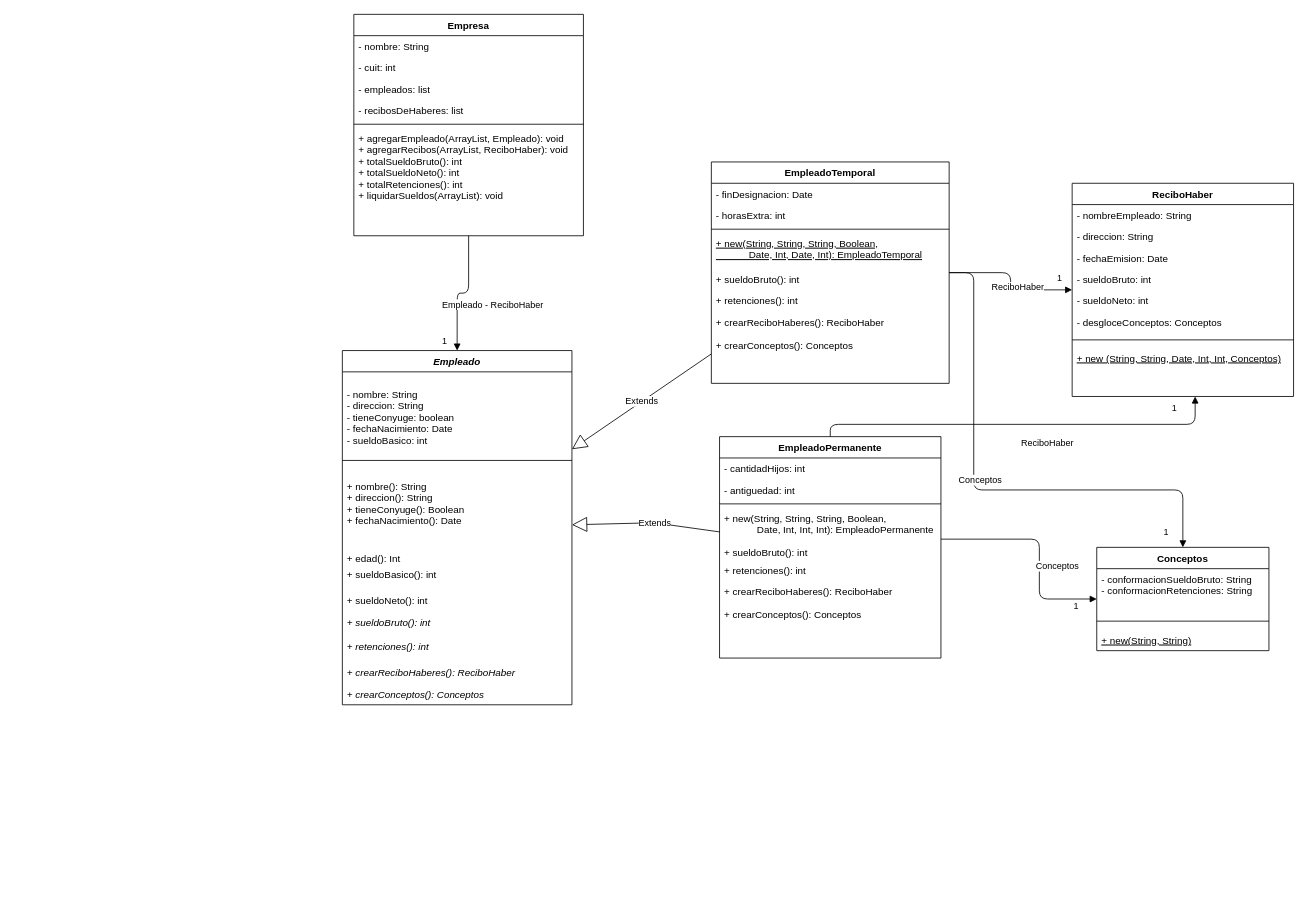
The draw.io diagram 2-TP-UML/TP-02-EmpleadosExtendido.drawio in CundariNicolas/unqui-poo2-cundari, before the edit. Source tidied: cells renumbered, new cells numbered last; positions are measured from the earlier drawing's top-left corner, leaving out a move shared by most shapes. Both pictures are drawn from the tidied source at 82%, with x=0, y=0 at pixel (342, 14).
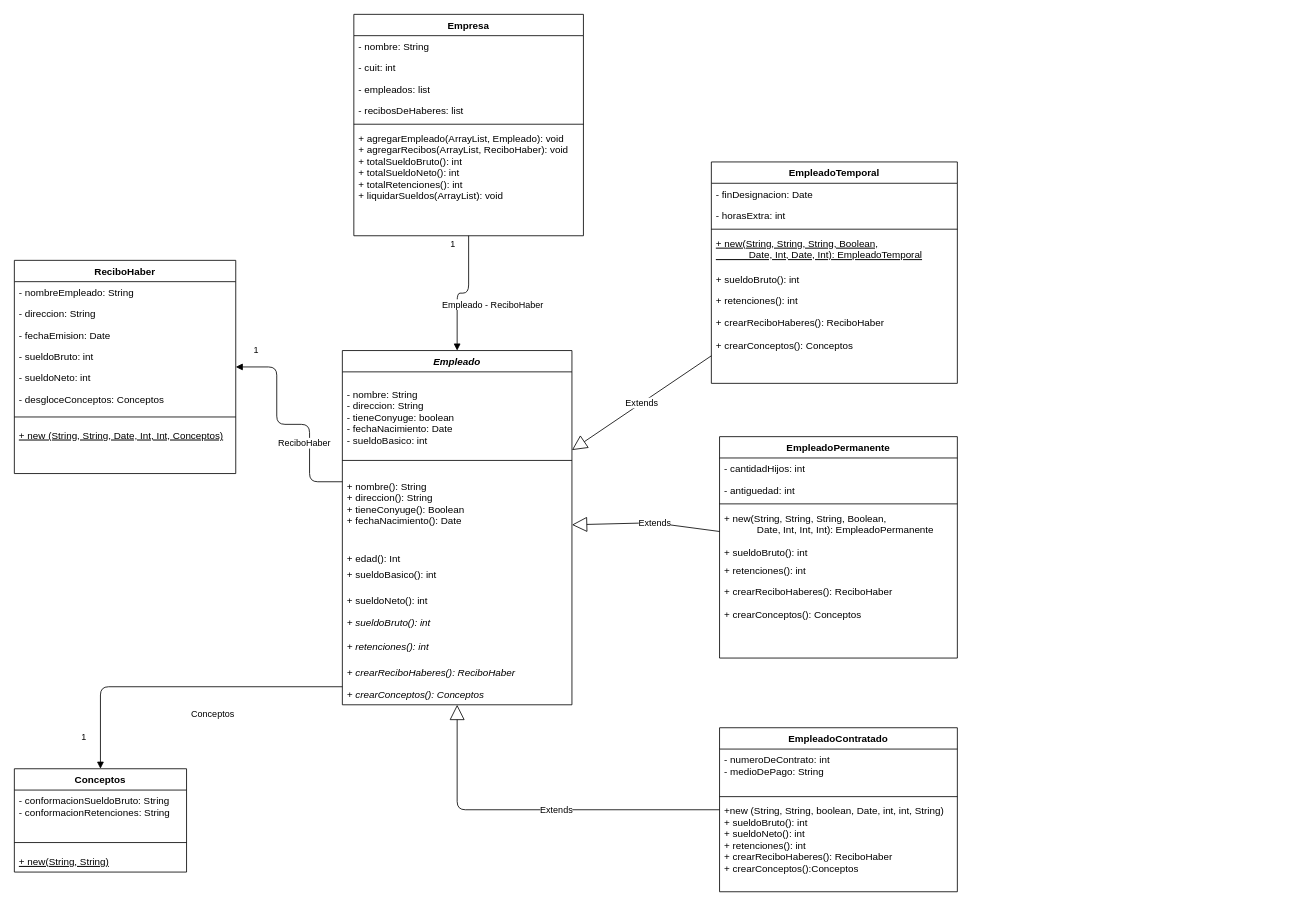
The same page after the edit.

Unchanged cells that the change refers to:
```xml
<mxCell id="9" value="Empleado" style="swimlane;fontStyle=3;align=center;verticalAlign=top;horizontal=1;startSize=26;" parent="1" vertex="1">
  <mxGeometry y="410" width="280" height="432" as="geometry" />
</mxCell>
<mxCell id="37" value="Empleado - ReciboHaber" style="endArrow=block;endFill=1;html=1;edgeStyle=orthogonalEdgeStyle;align=left;verticalAlign=top;" parent="1" edge="1" source="2" target="9">
  <mxGeometry x="0.11" y="-20" relative="1" as="geometry" />
</mxCell>
```

The edit, as a diff of the source:
```diff
@@
     <mxCell id="20" value="EmpleadoPermanente" style="swimlane;fontStyle=1;align=center;verticalAlign=top;horizontal=1;startSize=26;" parent="1" vertex="1">
-      <mxGeometry x="460" y="515" width="270" height="270" as="geometry" />
+      <mxGeometry x="460" y="515" width="290" height="270" as="geometry" />
     </mxCell>
     <mxCell id="21" value="- cantidadHijos: int" style="text;strokeColor=none;fillColor=none;align=left;verticalAlign=top;spacingLeft=4;spacingRight=4;overflow=hidden;" parent="20" vertex="1">
-      <mxGeometry y="26" width="270" height="26" as="geometry" />
+      <mxGeometry y="26" width="290" height="26" as="geometry" />
     </mxCell>
     <mxCell id="22" value="- antiguedad: int" style="text;strokeColor=none;fillColor=none;align=left;verticalAlign=top;spacingLeft=4;spacingRight=4;overflow=hidden;" parent="20" vertex="1">
-      <mxGeometry y="52" width="270" height="26" as="geometry" />
+      <mxGeometry y="52" width="290" height="26" as="geometry" />
     </mxCell>
     <mxCell id="23" style="line;strokeWidth=1;fillColor=none;align=left;verticalAlign=middle;spacingTop=-1;spacingLeft=3;spacingRight=3;labelPosition=right;" parent="20" vertex="1">
-      <mxGeometry y="78" width="270" height="8" as="geometry" />
+      <mxGeometry y="78" width="290" height="8" as="geometry" />
     </mxCell>
     <mxCell id="24" value="+ new(String, String, String, Boolean,&#10;            Date, Int, Int, Int): EmpleadoPermanente&#10;&#10;+ sueldoBruto(): int" style="text;strokeColor=none;align=left;verticalAlign=top;spacingLeft=4;spacingRight=4;overflow=hidden;labelBorderColor=none;labelBackgroundColor=none;sketch=0;glass=0;rounded=0;fontStyle=0;" parent="20" vertex="1">
-      <mxGeometry y="86" width="270" height="64" as="geometry" />
+      <mxGeometry y="86" width="290" height="64" as="geometry" />
     </mxCell>
     <mxCell id="25" value="+ retenciones(): int" style="text;strokeColor=none;fillColor=none;align=left;verticalAlign=top;spacingLeft=4;spacingRight=4;overflow=hidden;" parent="20" vertex="1">
-      <mxGeometry y="150" width="270" height="26" as="geometry" />
+      <mxGeometry y="150" width="290" height="26" as="geometry" />
     </mxCell>
     <mxCell id="26" value="+ crearReciboHaberes(): ReciboHaber&#10;&#10;+ crearConceptos(): Conceptos" style="text;strokeColor=none;fillColor=none;align=left;verticalAlign=top;spacingLeft=4;spacingRight=4;overflow=hidden;fontStyle=0;" parent="20" vertex="1">
-      <mxGeometry y="176" width="270" height="94" as="geometry" />
+      <mxGeometry y="176" width="290" height="94" as="geometry" />
     </mxCell>
     <mxCell id="27" value="EmpleadoTemporal" style="swimlane;fontStyle=1;align=center;verticalAlign=top;horizontal=1;startSize=26;" parent="1" vertex="1">
-      <mxGeometry x="450" y="180" width="290" height="270" as="geometry" />
+      <mxGeometry x="450" y="180" width="300" height="270" as="geometry" />
     </mxCell>
     <mxCell id="28" value="- finDesignacion: Date" style="text;strokeColor=none;fillColor=none;align=left;verticalAlign=top;spacingLeft=4;spacingRight=4;overflow=hidden;" parent="27" vertex="1">
-      <mxGeometry y="26" width="290" height="26" as="geometry" />
+      <mxGeometry y="26" width="300" height="26" as="geometry" />
     </mxCell>
     <mxCell id="29" value="- horasExtra: int" style="text;strokeColor=none;fillColor=none;align=left;verticalAlign=top;spacingLeft=4;spacingRight=4;overflow=hidden;" parent="27" vertex="1">
-      <mxGeometry y="52" width="290" height="26" as="geometry" />
+      <mxGeometry y="52" width="300" height="26" as="geometry" />
     </mxCell>
     <mxCell id="30" style="line;strokeWidth=1;fillColor=none;align=left;verticalAlign=middle;spacingTop=-1;spacingLeft=3;spacingRight=3;labelPosition=right;" parent="27" vertex="1">
-      <mxGeometry y="78" width="290" height="8" as="geometry" />
+      <mxGeometry y="78" width="300" height="8" as="geometry" />
     </mxCell>
     <mxCell id="31" value="+ new(String, String, String, Boolean,&#10;            Date, Int, Date, Int): EmpleadoTemporal" style="text;strokeColor=none;fillColor=none;align=left;verticalAlign=top;spacingLeft=4;spacingRight=4;overflow=hidden;fontStyle=4;" parent="27" vertex="1">
-      <mxGeometry y="86" width="290" height="44" as="geometry" />
+      <mxGeometry y="86" width="300" height="44" as="geometry" />
     </mxCell>
     <mxCell id="32" value="+ sueldoBruto(): int" style="text;strokeColor=none;fillColor=none;align=left;verticalAlign=top;spacingLeft=4;spacingRight=4;overflow=hidden;" parent="27" vertex="1">
-      <mxGeometry y="130" width="290" height="26" as="geometry" />
+      <mxGeometry y="130" width="300" height="26" as="geometry" />
     </mxCell>
     <mxCell id="33" value="+ retenciones(): int" style="text;strokeColor=none;fillColor=none;align=left;verticalAlign=top;spacingLeft=4;spacingRight=4;overflow=hidden;" parent="27" vertex="1">
-      <mxGeometry y="156" width="290" height="26" as="geometry" />
+      <mxGeometry y="156" width="300" height="26" as="geometry" />
     </mxCell>
     <mxCell id="34" value="+ crearReciboHaberes(): ReciboHaber&#10;&#10;+ crearConceptos(): Conceptos&#10;" style="text;strokeColor=none;fillColor=none;align=left;verticalAlign=top;spacingLeft=4;spacingRight=4;overflow=hidden;fontStyle=0;" parent="27" vertex="1">
-      <mxGeometry y="182" width="290" height="88" as="geometry" />
+      <mxGeometry y="182" width="300" height="88" as="geometry" />
     </mxCell>
@@
     <mxCell id="38" value="1" style="edgeLabel;html=1;align=left;verticalAlign=bottom;" parent="37" vertex="1">
       <mxGeometry x="-1" relative="1" as="geometry">
-        <mxPoint x="-34" y="136" as="offset" />
+        <mxPoint x="-24" y="18" as="offset" />
       </mxGeometry>
     </mxCell>
     <mxCell id="39" value="ReciboHaber" style="swimlane;fontStyle=1;align=center;verticalAlign=top;horizontal=1;startSize=26;" parent="1" vertex="1">
-      <mxGeometry x="890" y="206" width="270" height="260" as="geometry" />
+      <mxGeometry x="-400" y="300" width="270" height="260" as="geometry" />
     </mxCell>
@@
     <mxCell id="48" value="Conceptos" style="swimlane;fontStyle=1;align=center;verticalAlign=top;horizontal=1;startSize=26;" parent="1" vertex="1">
-      <mxGeometry x="920" y="650" width="210" height="126" as="geometry" />
+      <mxGeometry x="-400" y="920" width="210" height="126" as="geometry" />
     </mxCell>
@@
-    <mxCell id="52" value="ReciboHaber" style="endArrow=block;endFill=1;html=1;edgeStyle=orthogonalEdgeStyle;align=left;verticalAlign=top;" parent="1" edge="1" source="27" target="39">
-      <mxGeometry x="0.25" y="-174" relative="1" as="geometry" />
-    </mxCell>
-    <mxCell id="53" value="1" style="edgeLabel;html=1;align=left;verticalAlign=bottom;" parent="52" vertex="1">
-      <mxGeometry x="-1" relative="1" as="geometry">
-        <mxPoint x="260" y="325" as="offset" />
-      </mxGeometry>
-    </mxCell>
-    <mxCell id="54" value="ReciboHaber" style="endArrow=block;endFill=1;html=1;edgeStyle=orthogonalEdgeStyle;align=left;verticalAlign=top;" parent="1" edge="1" source="20" target="39">
-      <mxGeometry x="-0.15" y="180" relative="1" as="geometry">
+    <mxCell id="54" value="ReciboHaber" style="endArrow=block;endFill=1;html=1;edgeStyle=orthogonalEdgeStyle;align=left;verticalAlign=top;" parent="1" edge="1" source="9" target="39">
+      <mxGeometry x="0.11" y="-10" relative="1" as="geometry">
         <Array as="points">
-          <mxPoint x="595" y="500" />
-          <mxPoint x="1040" y="500" />
+          <mxPoint x="-40" y="570" />
+          <mxPoint x="-40" y="500" />
+          <mxPoint x="-80" y="500" />
+          <mxPoint x="-80" y="430" />
         </Array>
+        <mxPoint x="-10" y="10" as="offset" />
       </mxGeometry>
     </mxCell>
     <mxCell id="55" value="1" style="edgeLabel;html=1;align=left;verticalAlign=bottom;" parent="54" vertex="1">
       <mxGeometry x="-1" relative="1" as="geometry">
-        <mxPoint x="415" y="-27" as="offset" />
+        <mxPoint x="-320" y="320" as="offset" />
       </mxGeometry>
     </mxCell>
-    <mxCell id="56" value="Conceptos" style="endArrow=block;endFill=1;html=1;edgeStyle=orthogonalEdgeStyle;align=left;verticalAlign=top;" parent="1" edge="1" source="20" target="48">
-      <mxGeometry x="-0.13" y="-20" relative="1" as="geometry">
-        <Array as="points">
-          <mxPoint x="850" y="640" />
-          <mxPoint x="850" y="713" />
-        </Array>
-      </mxGeometry>
-    </mxCell>
-    <mxCell id="57" value="1" style="edgeLabel;html=1;align=left;verticalAlign=bottom;" parent="56" vertex="1">
-      <mxGeometry x="-1" relative="1" as="geometry">
-        <mxPoint x="160" y="90" as="offset" />
-      </mxGeometry>
-    </mxCell>
-    <mxCell id="58" value="Conceptos" style="endArrow=block;endFill=1;html=1;edgeStyle=orthogonalEdgeStyle;align=left;verticalAlign=top;" parent="1" edge="1" source="27" target="48">
-      <mxGeometry x="-0.13" y="-20" relative="1" as="geometry">
-        <Array as="points">
-          <mxPoint x="770" y="315" />
-          <mxPoint x="770" y="580" />
-          <mxPoint x="1025" y="580" />
-        </Array>
-      </mxGeometry>
-    </mxCell>
-    <mxCell id="59" value="1" style="edgeLabel;html=1;align=left;verticalAlign=bottom;" parent="58" vertex="1">
-      <mxGeometry x="-1" relative="1" as="geometry">
-        <mxPoint x="130" y="15" as="offset" />
-      </mxGeometry>
-    </mxCell>
+    <mxCell id="60" value="EmpleadoContratado" style="swimlane;fontStyle=1;align=center;verticalAlign=top;horizontal=1;startSize=26;" parent="1" vertex="1">
+      <mxGeometry x="460" y="870" width="290" height="200" as="geometry" />
+    </mxCell>
+    <mxCell id="61" value="- numeroDeContrato: int&#10;- medioDePago: String&#10;" style="text;strokeColor=none;fillColor=none;align=left;verticalAlign=top;spacingLeft=4;spacingRight=4;overflow=hidden;" parent="60" vertex="1">
+      <mxGeometry y="26" width="290" height="54" as="geometry" />
+    </mxCell>
+    <mxCell id="62" style="line;strokeWidth=1;fillColor=none;align=left;verticalAlign=middle;spacingTop=-1;spacingLeft=3;spacingRight=3;labelPosition=right;" parent="60" vertex="1">
+      <mxGeometry y="80" width="290" height="8" as="geometry" />
+    </mxCell>
+    <mxCell id="63" value="+new (String, String, boolean, Date, int, int, String)&#10;+ sueldoBruto(): int&#10;+ sueldoNeto(): int&#10;+ retenciones(): int&#10;+ crearReciboHaberes(): ReciboHaber&#10;+ crearConceptos():Conceptos" style="text;strokeColor=none;fillColor=none;align=left;verticalAlign=top;spacingLeft=4;spacingRight=4;overflow=hidden;" parent="60" vertex="1">
+      <mxGeometry y="88" width="290" height="112" as="geometry" />
+    </mxCell>
+    <mxCell id="64" value="Extends" style="endArrow=block;endSize=16;endFill=0;html=1;" parent="1" edge="1" source="60" target="9">
+      <mxGeometry x="-0.11" relative="1" as="geometry">
+        <Array as="points">
+          <mxPoint x="140" y="970" />
+        </Array>
+      </mxGeometry>
+    </mxCell>
+    <mxCell id="65" value="Conceptos" style="endArrow=block;endFill=1;html=1;edgeStyle=orthogonalEdgeStyle;align=left;verticalAlign=top;" parent="1" edge="1" source="9" target="48">
+      <mxGeometry x="-0.06" y="20" relative="1" as="geometry">
+        <Array as="points">
+          <mxPoint x="-295" y="820" />
+        </Array>
+      </mxGeometry>
+    </mxCell>
+    <mxCell id="66" value="1" style="edgeLabel;html=1;align=left;verticalAlign=bottom;" parent="65" vertex="1">
+      <mxGeometry x="-1" relative="1" as="geometry">
+        <mxPoint x="-110" y="-403" as="offset" />
+      </mxGeometry>
+    </mxCell>
```
